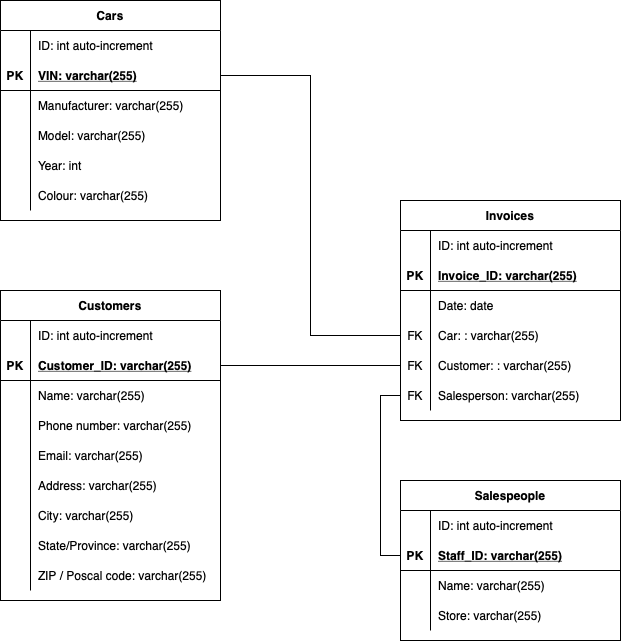
Before: Module01/Lab_20_SQL-Business-Cases/Database_structure.drawio.png, a diagram exported from draw.io (eric-martinet/IRONLABS). Source tidied: cells renumbered, new cells last; positions are measured from the earlier drawing's top-left corner, leaving out a move shared by most shapes.
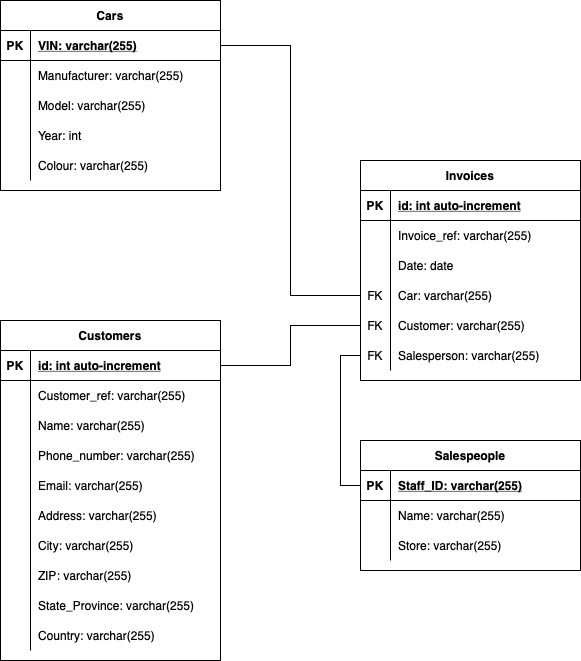
The same diagram one commit later.

Diff of the diagram source:
```diff
@@ -3,19 +3,10 @@
     <mxCell id="0" />
     <mxCell id="1" parent="0" />
     <mxCell id="2" value="Cars" style="shape=table;startSize=30;rowLines=0;fontStyle=1;align=center;" parent="1" vertex="1">
-      <mxGeometry width="220" height="220" as="geometry" />
+      <mxGeometry x="40" y="40" width="220" height="190" as="geometry" />
     </mxCell>
-    <mxCell id="3" style="shape=tableRow;horizontal=0;startSize=0;swimlaneHead=0;swimlaneBody=0;fillColor=none;top=0;left=0;right=0;bottom=0;" parent="2" vertex="1">
-      <mxGeometry y="30" width="220" height="30" as="geometry" />
-    </mxCell>
-    <mxCell id="4" style="shape=partialRectangle;fillColor=none;top=0;left=0;bottom=0;right=0;overflow=hidden;" parent="3" vertex="1">
-      <mxGeometry width="30" height="30" as="geometry" />
-    </mxCell>
-    <mxCell id="5" value="ID: int auto-increment" style="shape=partialRectangle;fillColor=none;top=0;left=0;bottom=0;right=0;align=left;spacingLeft=6;overflow=hidden;" parent="3" vertex="1">
-      <mxGeometry x="30" width="190" height="30" as="geometry" />
-    </mxCell>
     <mxCell id="6" style="shape=tableRow;horizontal=0;startSize=0;swimlaneHead=0;swimlaneBody=0;fillColor=none;points=[[0,0.5],[1,0.5]];portConstraint=eastwest;top=0;left=0;right=0;bottom=1;" parent="2" vertex="1">
-      <mxGeometry y="60" width="220" height="30" as="geometry" />
+      <mxGeometry y="30" width="220" height="30" as="geometry" />
     </mxCell>
     <mxCell id="7" value="PK" style="shape=partialRectangle;fillColor=none;top=0;left=0;bottom=0;right=0;fontStyle=1;overflow=hidden;" parent="6" vertex="1">
       <mxGeometry width="30" height="30" as="geometry" />
@@ -24,7 +15,7 @@
       <mxGeometry x="30" width="190" height="30" as="geometry" />
     </mxCell>
     <mxCell id="9" style="shape=tableRow;horizontal=0;startSize=0;swimlaneHead=0;swimlaneBody=0;fillColor=none;top=0;left=0;right=0;bottom=0;" parent="2" vertex="1">
-      <mxGeometry y="90" width="220" height="30" as="geometry" />
+      <mxGeometry y="60" width="220" height="30" as="geometry" />
     </mxCell>
     <mxCell id="10" style="shape=partialRectangle;fillColor=none;top=0;left=0;bottom=0;right=0;overflow=hidden;" parent="9" vertex="1">
       <mxGeometry width="30" height="30" as="geometry" />
@@ -33,7 +24,7 @@
       <mxGeometry x="30" width="190" height="30" as="geometry" />
     </mxCell>
     <mxCell id="12" style="shape=tableRow;horizontal=0;startSize=0;swimlaneHead=0;swimlaneBody=0;fillColor=none;top=0;left=0;right=0;bottom=0;" parent="2" vertex="1">
-      <mxGeometry y="120" width="220" height="30" as="geometry" />
+      <mxGeometry y="90" width="220" height="30" as="geometry" />
     </mxCell>
     <mxCell id="13" style="shape=partialRectangle;fillColor=none;top=0;left=0;bottom=0;right=0;overflow=hidden;" parent="12" vertex="1">
       <mxGeometry width="30" height="30" as="geometry" />
@@ -42,7 +33,7 @@
       <mxGeometry x="30" width="190" height="30" as="geometry" />
     </mxCell>
     <mxCell id="15" style="shape=tableRow;horizontal=0;startSize=0;swimlaneHead=0;swimlaneBody=0;fillColor=none;top=0;left=0;right=0;bottom=0;" parent="2" vertex="1">
-      <mxGeometry y="150" width="220" height="30" as="geometry" />
+      <mxGeometry y="120" width="220" height="30" as="geometry" />
     </mxCell>
     <mxCell id="16" style="shape=partialRectangle;fillColor=none;top=0;left=0;bottom=0;right=0;overflow=hidden;" parent="15" vertex="1">
       <mxGeometry width="30" height="30" as="geometry" />
@@ -51,7 +42,7 @@
       <mxGeometry x="30" width="190" height="30" as="geometry" />
     </mxCell>
     <mxCell id="18" style="shape=tableRow;horizontal=0;startSize=0;swimlaneHead=0;swimlaneBody=0;fillColor=none;top=0;left=0;right=0;bottom=0;" parent="2" vertex="1">
-      <mxGeometry y="180" width="220" height="30" as="geometry" />
+      <mxGeometry y="150" width="220" height="30" as="geometry" />
     </mxCell>
     <mxCell id="19" style="shape=partialRectangle;fillColor=none;top=0;left=0;bottom=0;right=0;overflow=hidden;" parent="18" vertex="1">
       <mxGeometry width="30" height="30" as="geometry" />
@@ -60,26 +51,26 @@
       <mxGeometry x="30" width="190" height="30" as="geometry" />
     </mxCell>
     <mxCell id="21" value="Customers" style="shape=table;startSize=30;rowLines=0;fontStyle=1;align=center;" parent="1" vertex="1">
-      <mxGeometry y="290" width="220" height="310" as="geometry" />
+      <mxGeometry x="40" y="360" width="220" height="340" as="geometry" />
     </mxCell>
-    <mxCell id="22" style="shape=tableRow;horizontal=0;startSize=0;swimlaneHead=0;swimlaneBody=0;fillColor=none;top=0;left=0;right=0;bottom=0;" parent="21" vertex="1">
-      <mxGeometry y="30" width="220" height="30" as="geometry" />
-    </mxCell>
-    <mxCell id="23" style="shape=partialRectangle;fillColor=none;top=0;left=0;bottom=0;right=0;overflow=hidden;" parent="22" vertex="1">
-      <mxGeometry width="30" height="30" as="geometry" />
-    </mxCell>
-    <mxCell id="24" value="ID: int auto-increment" style="shape=partialRectangle;fillColor=none;top=0;left=0;bottom=0;right=0;align=left;spacingLeft=6;overflow=hidden;" parent="22" vertex="1">
-      <mxGeometry x="30" width="190" height="30" as="geometry" />
-    </mxCell>
     <mxCell id="25" style="shape=tableRow;horizontal=0;startSize=0;swimlaneHead=0;swimlaneBody=0;fillColor=none;points=[[0,0.5],[1,0.5]];portConstraint=eastwest;top=0;left=0;right=0;bottom=1;" parent="21" vertex="1">
-      <mxGeometry y="60" width="220" height="30" as="geometry" />
+      <mxGeometry y="30" width="220" height="30" as="geometry" />
     </mxCell>
     <mxCell id="26" value="PK" style="shape=partialRectangle;fillColor=none;top=0;left=0;bottom=0;right=0;fontStyle=1;overflow=hidden;" parent="25" vertex="1">
       <mxGeometry width="30" height="30" as="geometry" />
     </mxCell>
-    <mxCell id="27" value="Customer_ID: varchar(255)" style="shape=partialRectangle;fillColor=none;top=0;left=0;bottom=0;right=0;align=left;spacingLeft=6;fontStyle=5;overflow=hidden;" parent="25" vertex="1">
+    <mxCell id="27" value="id: int auto-increment" style="shape=partialRectangle;fillColor=none;top=0;left=0;bottom=0;right=0;align=left;spacingLeft=6;fontStyle=5;overflow=hidden;" parent="25" vertex="1">
       <mxGeometry x="30" width="190" height="30" as="geometry" />
     </mxCell>
+    <mxCell id="84" style="shape=tableRow;horizontal=0;startSize=0;swimlaneHead=0;swimlaneBody=0;fillColor=none;top=0;left=0;right=0;bottom=0;" parent="21" vertex="1">
+      <mxGeometry y="60" width="220" height="30" as="geometry" />
+    </mxCell>
+    <mxCell id="85" style="shape=partialRectangle;fillColor=none;top=0;left=0;bottom=0;right=0;overflow=hidden;" parent="84" vertex="1">
+      <mxGeometry width="30" height="30" as="geometry" />
+    </mxCell>
+    <mxCell id="86" value="Customer_ref: varchar(255)" style="shape=partialRectangle;fillColor=none;top=0;left=0;bottom=0;right=0;align=left;spacingLeft=6;overflow=hidden;" parent="84" vertex="1">
+      <mxGeometry x="30" width="190" height="30" as="geometry" />
+    </mxCell>
     <mxCell id="28" style="shape=tableRow;horizontal=0;startSize=0;swimlaneHead=0;swimlaneBody=0;fillColor=none;top=0;left=0;right=0;bottom=0;" parent="21" vertex="1">
       <mxGeometry y="90" width="220" height="30" as="geometry" />
     </mxCell>
@@ -95,7 +86,7 @@
     <mxCell id="32" style="shape=partialRectangle;fillColor=none;top=0;left=0;bottom=0;right=0;overflow=hidden;" parent="31" vertex="1">
       <mxGeometry width="30" height="30" as="geometry" />
     </mxCell>
-    <mxCell id="33" value="Phone number: varchar(255)" style="shape=partialRectangle;fillColor=none;top=0;left=0;bottom=0;right=0;align=left;spacingLeft=6;overflow=hidden;" parent="31" vertex="1">
+    <mxCell id="33" value="Phone_number: varchar(255)" style="shape=partialRectangle;fillColor=none;top=0;left=0;bottom=0;right=0;align=left;spacingLeft=6;overflow=hidden;" parent="31" vertex="1">
       <mxGeometry x="30" width="190" height="30" as="geometry" />
     </mxCell>
     <mxCell id="34" style="shape=tableRow;horizontal=0;startSize=0;swimlaneHead=0;swimlaneBody=0;fillColor=none;top=0;left=0;right=0;bottom=0;" parent="21" vertex="1">
@@ -125,38 +116,38 @@
     <mxCell id="42" value="City: varchar(255)" style="shape=partialRectangle;fillColor=none;top=0;left=0;bottom=0;right=0;align=left;spacingLeft=6;overflow=hidden;" parent="40" vertex="1">
       <mxGeometry x="30" width="190" height="30" as="geometry" />
     </mxCell>
+    <mxCell id="87" style="shape=tableRow;horizontal=0;startSize=0;swimlaneHead=0;swimlaneBody=0;fillColor=none;top=0;left=0;right=0;bottom=0;" parent="21" vertex="1">
+      <mxGeometry y="240" width="220" height="30" as="geometry" />
+    </mxCell>
+    <mxCell id="88" style="shape=partialRectangle;fillColor=none;top=0;left=0;bottom=0;right=0;overflow=hidden;" parent="87" vertex="1">
+      <mxGeometry width="30" height="30" as="geometry" />
+    </mxCell>
+    <mxCell id="89" value="ZIP: varchar(255)" style="shape=partialRectangle;fillColor=none;top=0;left=0;bottom=0;right=0;align=left;spacingLeft=6;overflow=hidden;" parent="87" vertex="1">
+      <mxGeometry x="30" width="190" height="30" as="geometry" />
+    </mxCell>
     <mxCell id="43" style="shape=tableRow;horizontal=0;startSize=0;swimlaneHead=0;swimlaneBody=0;fillColor=none;top=0;left=0;right=0;bottom=0;" parent="21" vertex="1">
-      <mxGeometry y="240" width="220" height="30" as="geometry" />
+      <mxGeometry y="270" width="220" height="30" as="geometry" />
     </mxCell>
     <mxCell id="44" style="shape=partialRectangle;fillColor=none;top=0;left=0;bottom=0;right=0;overflow=hidden;" parent="43" vertex="1">
       <mxGeometry width="30" height="30" as="geometry" />
     </mxCell>
-    <mxCell id="45" value="State/Province: varchar(255)" style="shape=partialRectangle;fillColor=none;top=0;left=0;bottom=0;right=0;align=left;spacingLeft=6;overflow=hidden;" parent="43" vertex="1">
+    <mxCell id="45" value="State_Province: varchar(255)" style="shape=partialRectangle;fillColor=none;top=0;left=0;bottom=0;right=0;align=left;spacingLeft=6;overflow=hidden;" parent="43" vertex="1">
       <mxGeometry x="30" width="190" height="30" as="geometry" />
     </mxCell>
     <mxCell id="46" style="shape=tableRow;horizontal=0;startSize=0;swimlaneHead=0;swimlaneBody=0;fillColor=none;top=0;left=0;right=0;bottom=0;" parent="21" vertex="1">
-      <mxGeometry y="270" width="220" height="30" as="geometry" />
+      <mxGeometry y="300" width="220" height="30" as="geometry" />
     </mxCell>
     <mxCell id="47" style="shape=partialRectangle;fillColor=none;top=0;left=0;bottom=0;right=0;overflow=hidden;" parent="46" vertex="1">
       <mxGeometry width="30" height="30" as="geometry" />
     </mxCell>
-    <mxCell id="48" value="ZIP / Poscal code: varchar(255)" style="shape=partialRectangle;fillColor=none;top=0;left=0;bottom=0;right=0;align=left;spacingLeft=6;overflow=hidden;" parent="46" vertex="1">
+    <mxCell id="48" value="Country: varchar(255)" style="shape=partialRectangle;fillColor=none;top=0;left=0;bottom=0;right=0;align=left;spacingLeft=6;overflow=hidden;" parent="46" vertex="1">
       <mxGeometry x="30" width="190" height="30" as="geometry" />
     </mxCell>
     <mxCell id="49" value="Salespeople" style="shape=table;startSize=30;rowLines=0;fontStyle=1;align=center;" parent="1" vertex="1">
-      <mxGeometry x="400" y="480" width="220" height="160" as="geometry" />
+      <mxGeometry x="400" y="480" width="220" height="130" as="geometry" />
     </mxCell>
-    <mxCell id="50" style="shape=tableRow;horizontal=0;startSize=0;swimlaneHead=0;swimlaneBody=0;fillColor=none;top=0;left=0;right=0;bottom=0;" parent="49" vertex="1">
-      <mxGeometry y="30" width="220" height="30" as="geometry" />
-    </mxCell>
-    <mxCell id="51" style="shape=partialRectangle;fillColor=none;top=0;left=0;bottom=0;right=0;overflow=hidden;" parent="50" vertex="1">
-      <mxGeometry width="30" height="30" as="geometry" />
-    </mxCell>
-    <mxCell id="52" value="ID: int auto-increment" style="shape=partialRectangle;fillColor=none;top=0;left=0;bottom=0;right=0;align=left;spacingLeft=6;overflow=hidden;" parent="50" vertex="1">
-      <mxGeometry x="30" width="190" height="30" as="geometry" />
-    </mxCell>
     <mxCell id="53" style="shape=tableRow;horizontal=0;startSize=0;swimlaneHead=0;swimlaneBody=0;fillColor=none;points=[[0,0.5],[1,0.5]];portConstraint=eastwest;top=0;left=0;right=0;bottom=1;" parent="49" vertex="1">
-      <mxGeometry y="60" width="220" height="30" as="geometry" />
+      <mxGeometry y="30" width="220" height="30" as="geometry" />
     </mxCell>
     <mxCell id="54" value="PK" style="shape=partialRectangle;fillColor=none;top=0;left=0;bottom=0;right=0;fontStyle=1;overflow=hidden;" parent="53" vertex="1">
       <mxGeometry width="30" height="30" as="geometry" />
@@ -165,7 +156,7 @@
       <mxGeometry x="30" width="190" height="30" as="geometry" />
     </mxCell>
     <mxCell id="56" style="shape=tableRow;horizontal=0;startSize=0;swimlaneHead=0;swimlaneBody=0;fillColor=none;top=0;left=0;right=0;bottom=0;" parent="49" vertex="1">
-      <mxGeometry y="90" width="220" height="30" as="geometry" />
+      <mxGeometry y="60" width="220" height="30" as="geometry" />
     </mxCell>
     <mxCell id="57" style="shape=partialRectangle;fillColor=none;top=0;left=0;bottom=0;right=0;overflow=hidden;" parent="56" vertex="1">
       <mxGeometry width="30" height="30" as="geometry" />
@@ -174,7 +165,7 @@
       <mxGeometry x="30" width="190" height="30" as="geometry" />
     </mxCell>
     <mxCell id="59" style="shape=tableRow;horizontal=0;startSize=0;swimlaneHead=0;swimlaneBody=0;fillColor=none;top=0;left=0;right=0;bottom=0;" parent="49" vertex="1">
-      <mxGeometry y="120" width="220" height="30" as="geometry" />
+      <mxGeometry y="90" width="220" height="30" as="geometry" />
     </mxCell>
     <mxCell id="60" style="shape=partialRectangle;fillColor=none;top=0;left=0;bottom=0;right=0;overflow=hidden;" parent="59" vertex="1">
       <mxGeometry width="30" height="30" as="geometry" />
@@ -185,24 +176,24 @@
     <mxCell id="62" value="Invoices" style="shape=table;startSize=30;rowLines=0;fontStyle=1;align=center;" parent="1" vertex="1">
       <mxGeometry x="400" y="200" width="220" height="220" as="geometry" />
     </mxCell>
-    <mxCell id="63" style="shape=tableRow;horizontal=0;startSize=0;swimlaneHead=0;swimlaneBody=0;fillColor=none;top=0;left=0;right=0;bottom=0;" parent="62" vertex="1">
-      <mxGeometry y="30" width="220" height="30" as="geometry" />
-    </mxCell>
-    <mxCell id="64" style="shape=partialRectangle;fillColor=none;top=0;left=0;bottom=0;right=0;overflow=hidden;" parent="63" vertex="1">
-      <mxGeometry width="30" height="30" as="geometry" />
-    </mxCell>
-    <mxCell id="65" value="ID: int auto-increment" style="shape=partialRectangle;fillColor=none;top=0;left=0;bottom=0;right=0;align=left;spacingLeft=6;overflow=hidden;" parent="63" vertex="1">
-      <mxGeometry x="30" width="190" height="30" as="geometry" />
-    </mxCell>
     <mxCell id="66" style="shape=tableRow;horizontal=0;startSize=0;swimlaneHead=0;swimlaneBody=0;fillColor=none;top=0;left=0;right=0;bottom=1;" parent="62" vertex="1">
-      <mxGeometry y="60" width="220" height="30" as="geometry" />
+      <mxGeometry y="30" width="220" height="30" as="geometry" />
     </mxCell>
     <mxCell id="67" value="PK" style="shape=partialRectangle;fillColor=none;top=0;left=0;bottom=0;right=0;fontStyle=1;overflow=hidden;" parent="66" vertex="1">
       <mxGeometry width="30" height="30" as="geometry" />
     </mxCell>
-    <mxCell id="68" value="Invoice_ID: varchar(255)" style="shape=partialRectangle;fillColor=none;top=0;left=0;bottom=0;right=0;align=left;spacingLeft=6;fontStyle=5;overflow=hidden;" parent="66" vertex="1">
+    <mxCell id="68" value="id: int auto-increment" style="shape=partialRectangle;fillColor=none;top=0;left=0;bottom=0;right=0;align=left;spacingLeft=6;fontStyle=5;overflow=hidden;" parent="66" vertex="1">
       <mxGeometry x="30" width="190" height="30" as="geometry" />
     </mxCell>
+    <mxCell id="90" style="shape=tableRow;horizontal=0;startSize=0;swimlaneHead=0;swimlaneBody=0;fillColor=none;top=0;left=0;right=0;bottom=0;" parent="62" vertex="1">
+      <mxGeometry y="60" width="220" height="30" as="geometry" />
+    </mxCell>
+    <mxCell id="91" style="shape=partialRectangle;fillColor=none;top=0;left=0;bottom=0;right=0;overflow=hidden;" parent="90" vertex="1">
+      <mxGeometry width="30" height="30" as="geometry" />
+    </mxCell>
+    <mxCell id="92" value="Invoice_ref: varchar(255)" style="shape=partialRectangle;fillColor=none;top=0;left=0;bottom=0;right=0;align=left;spacingLeft=6;overflow=hidden;" parent="90" vertex="1">
+      <mxGeometry x="30" width="190" height="30" as="geometry" />
+    </mxCell>
     <mxCell id="69" style="shape=tableRow;horizontal=0;startSize=0;swimlaneHead=0;swimlaneBody=0;fillColor=none;top=0;left=0;right=0;bottom=0;" parent="62" vertex="1">
       <mxGeometry y="90" width="220" height="30" as="geometry" />
     </mxCell>
@@ -218,7 +209,7 @@
     <mxCell id="73" value="FK" style="shape=partialRectangle;fillColor=none;top=0;left=0;bottom=0;right=0;fontStyle=0;overflow=hidden;" parent="72" vertex="1">
       <mxGeometry width="30" height="30" as="geometry" />
     </mxCell>
-    <mxCell id="74" value="Car: : varchar(255)" style="shape=partialRectangle;fillColor=none;top=0;left=0;bottom=0;right=0;align=left;spacingLeft=6;fontStyle=0;overflow=hidden;" parent="72" vertex="1">
+    <mxCell id="74" value="Car: varchar(255)" style="shape=partialRectangle;fillColor=none;top=0;left=0;bottom=0;right=0;align=left;spacingLeft=6;fontStyle=0;overflow=hidden;" parent="72" vertex="1">
       <mxGeometry x="30" width="190" height="30" as="geometry" />
     </mxCell>
     <mxCell id="75" style="shape=tableRow;horizontal=0;startSize=0;swimlaneHead=0;swimlaneBody=0;fillColor=none;points=[[0,0.5],[1,0.5]];portConstraint=eastwest;top=0;left=0;right=0;bottom=0;" parent="62" vertex="1">
@@ -227,7 +218,7 @@
     <mxCell id="76" value="FK" style="shape=partialRectangle;fillColor=none;top=0;left=0;bottom=0;right=0;fontStyle=0;overflow=hidden;" parent="75" vertex="1">
       <mxGeometry width="30" height="30" as="geometry" />
     </mxCell>
-    <mxCell id="77" value="Customer: : varchar(255)" style="shape=partialRectangle;fillColor=none;top=0;left=0;bottom=0;right=0;align=left;spacingLeft=6;fontStyle=0;overflow=hidden;" parent="75" vertex="1">
+    <mxCell id="77" value="Customer: varchar(255)" style="shape=partialRectangle;fillColor=none;top=0;left=0;bottom=0;right=0;align=left;spacingLeft=6;fontStyle=0;overflow=hidden;" parent="75" vertex="1">
       <mxGeometry x="30" width="190" height="30" as="geometry" />
     </mxCell>
     <mxCell id="78" style="shape=tableRow;horizontal=0;startSize=0;swimlaneHead=0;swimlaneBody=0;fillColor=none;points=[[0,0.5],[1,0.5]];portConstraint=eastwest;top=0;left=0;right=0;bottom=0;" parent="62" vertex="1">
```
